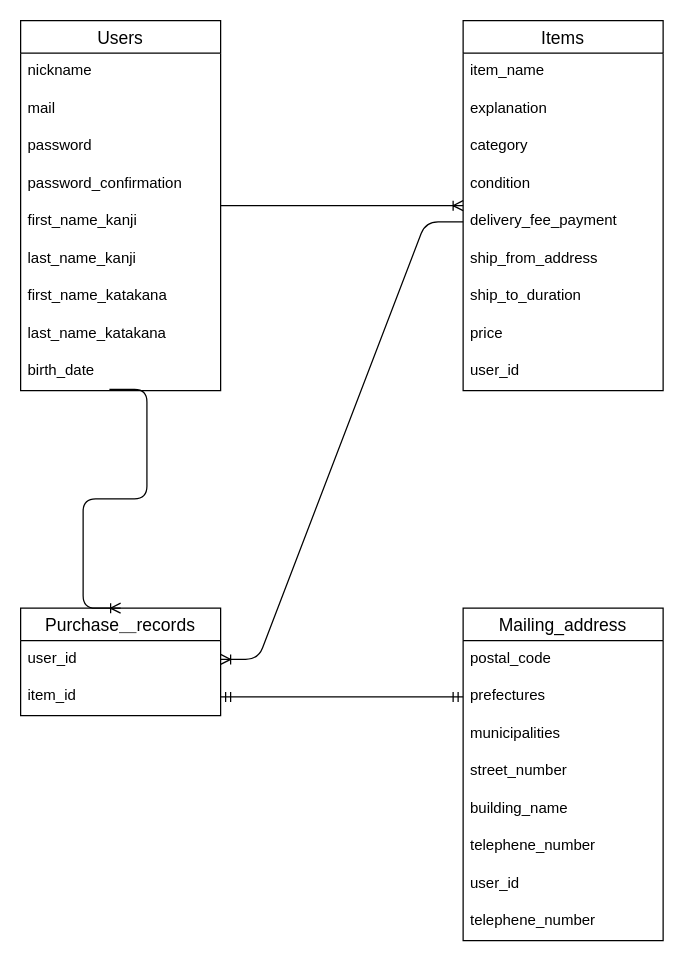
This is er_illustration.dio from Lubellum/furima-36670, a draw.io file, before an edit. Source tidied: cells renumbered, new cells numbered last; positions are measured from the earlier drawing's top-left corner, leaving out a move shared by most shapes. Both pictures are drawn from the tidied source at 125%, with x=0, y=0 at pixel (20, 20).
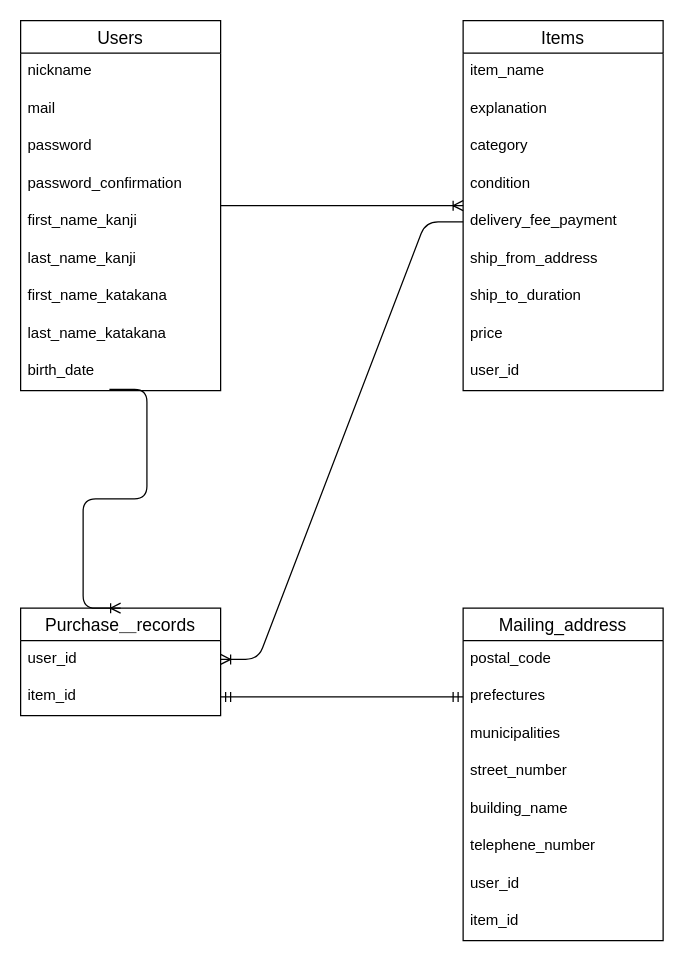
After the change.

Commit message:
mailing_addressテーブルに外部キーの記述(2回目?)

先ほどのcommitにうまく反映されていなかった。

The change refers to these unchanged cells:
```xml
<mxCell id="23" value="Mailing_address" style="swimlane;fontStyle=0;horizontal=1;startSize=26;align=center;fontSize=14;" parent="1" vertex="1">
  <mxGeometry x="354" y="470" width="160" height="266" as="geometry" />
</mxCell>
```

The edit, as a diff of the source:
```diff
@@
-    <mxCell id="31" value="telephene_number" style="text;strokeColor=none;fillColor=none;spacingLeft=4;spacingRight=4;overflow=hidden;fontSize=12;" parent="23" vertex="1">
+    <mxCell id="31" value="item_id" style="text;strokeColor=none;fillColor=none;spacingLeft=4;spacingRight=4;overflow=hidden;fontSize=12;" parent="23" vertex="1">
       <mxGeometry y="236" width="160" height="30" as="geometry" />
     </mxCell>
```
